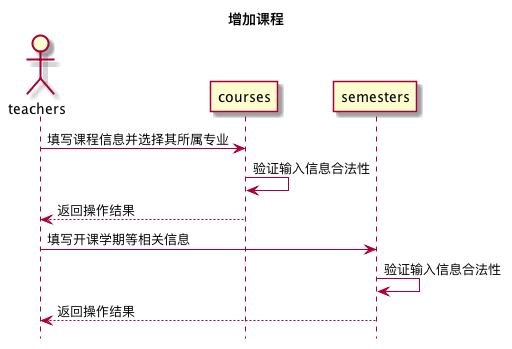
Earlier version of the PlantUML export out/test6/sequence/增加课程/增加课程.png (Landy7/is_analysis). Source of this version:
```plantuml
@startuml 增加课程
title 增加课程
hide footbox
actor teachers
teachers -> courses: 填写课程信息并选择其所属专业
courses -> courses: 验证输入信息合法性
courses --> teachers:返回操作结果
teachers -> semesters:填写开课学期等相关信息
semesters -> semesters:验证输入信息合法性
semesters --> teachers: 返回操作结果
@enduml
```
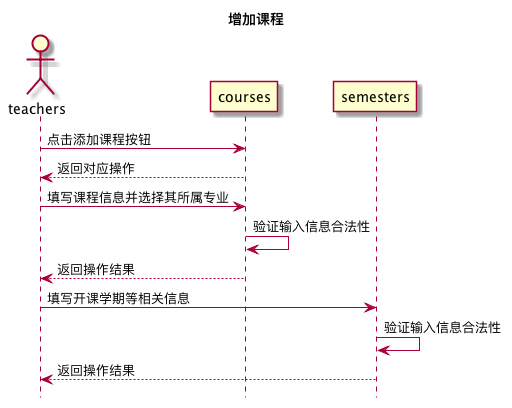
After the change.

The edit, as a diff of the source:
```diff
@@ -2,6 +2,8 @@
 title 增加课程
 hide footbox
 actor teachers
+teachers -> courses: 点击添加课程按钮
+courses --> teachers:返回对应操作
 teachers -> courses: 填写课程信息并选择其所属专业
 courses -> courses: 验证输入信息合法性
 courses --> teachers:返回操作结果
```
